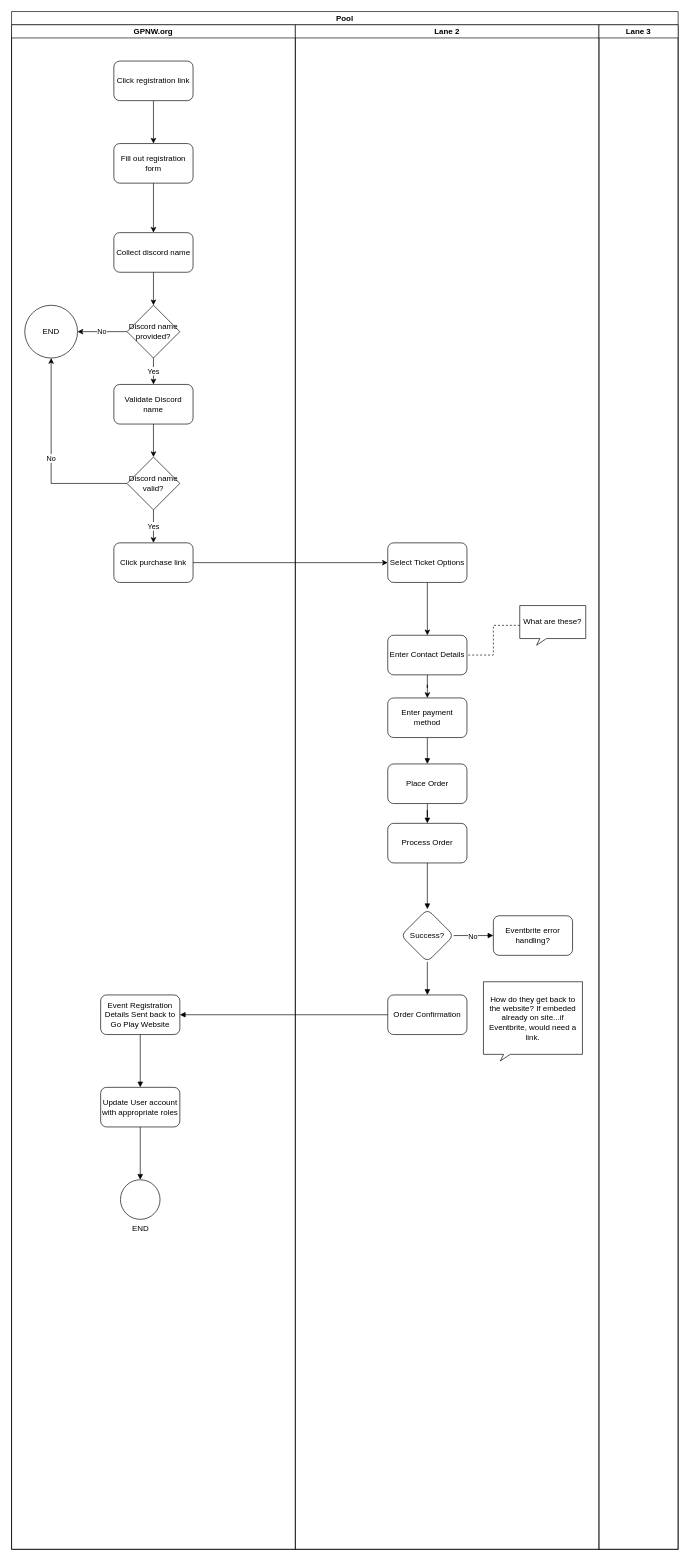
Above: page "Event Registration" (1 of 2) of User Registration Workflow.drawio in Go-Play-NW/gpnw-diagrams (draw.io), before the change. Source tidied: cells renumbered, new cells numbered last; positions are measured from the earlier drawing's top-left corner, leaving out a move shared by most shapes. Both pictures are drawn from the tidied source at 66%, with x=0, y=0 at pixel (11, 11).
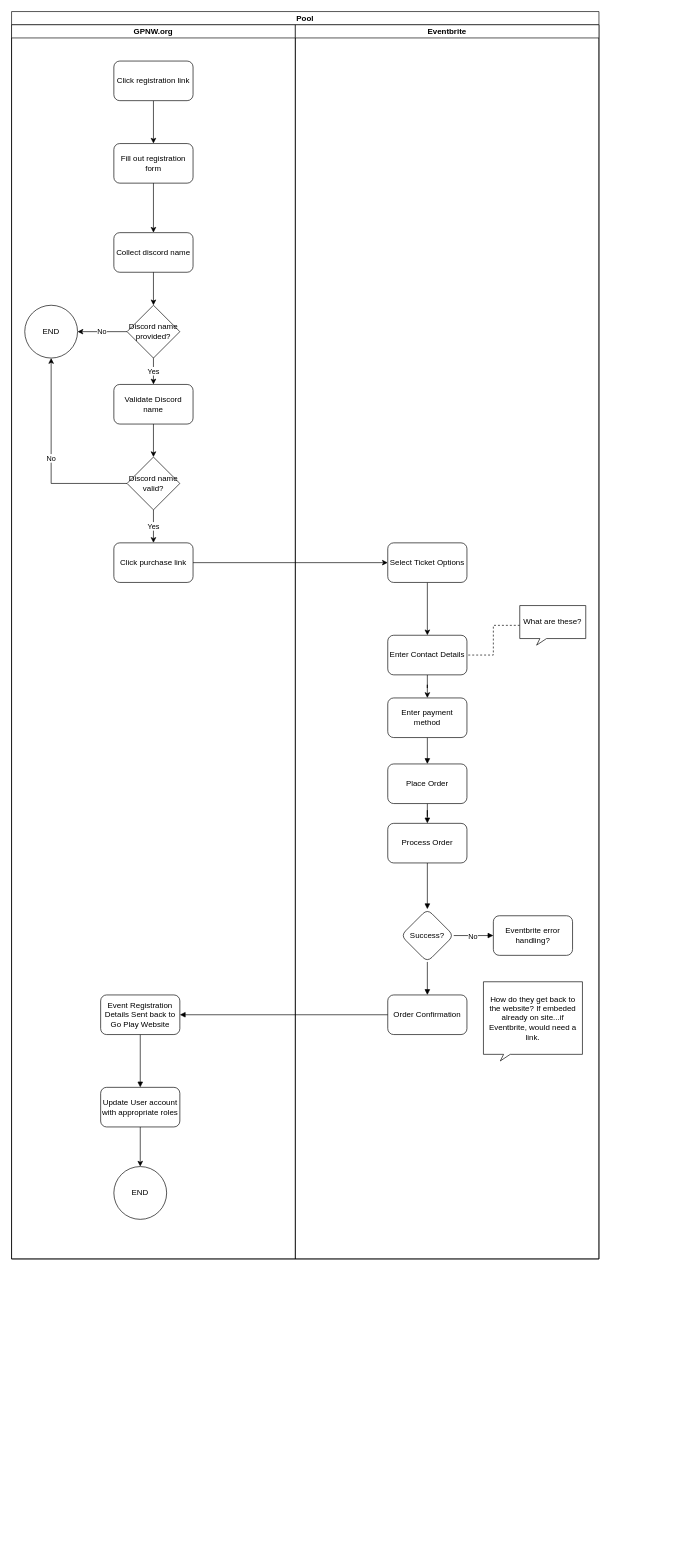
Above is the later version.

Unchanged cells that the change refers to:
```xml
<mxCell id="23" value="Update User account with appropriate roles" style="whiteSpace=wrap;html=1;rounded=1;" parent="3" vertex="1">
  <mxGeometry x="135" y="1610" width="120" height="60" as="geometry" />
</mxCell>
```

Diff of the diagram source:
```diff
@@
     <mxCell id="2" value="Pool" style="swimlane;startSize=20;" parent="1" vertex="1">
-      <mxGeometry width="1010" height="2330" as="geometry" />
+      <mxGeometry width="890" height="1890" as="geometry" />
     </mxCell>
     <mxCell id="3" value="GPNW.org" style="swimlane;startSize=20;" parent="2" vertex="1">
-      <mxGeometry y="20" width="430" height="2310" as="geometry" />
+      <mxGeometry y="20" width="430" height="1870" as="geometry" />
     </mxCell>
@@
-    <mxCell id="22" style="edgeStyle=orthogonalEdgeStyle;rounded=0;jettySize=auto;html=1;exitX=0.5;exitY=1;exitDx=0;exitDy=0;entryX=0.5;entryY=0;entryDx=0;entryDy=0;entryPerimeter=0;endArrow=block;endFill=1;" parent="3" edge="1" source="23" target="24">
+    <mxCell id="22" style="edgeStyle=orthogonalEdgeStyle;rounded=0;jettySize=auto;html=1;" parent="3" edge="1" source="23" target="24">
       <mxGeometry relative="1" as="geometry" />
     </mxCell>
@@
-    <mxCell id="24" value="END" style="verticalLabelPosition=bottom;verticalAlign=top;html=1;shape=mxgraph.flowchart.on-page_reference;" parent="3" vertex="1">
-      <mxGeometry x="165" y="1750" width="60" height="60" as="geometry" />
+    <mxCell id="24" value="END" style="ellipse;whiteSpace=wrap;html=1;" parent="3" vertex="1">
+      <mxGeometry x="155" y="1730" width="80" height="80" as="geometry" />
     </mxCell>
-    <mxCell id="25" value="Lane 2" style="swimlane;startSize=20;" parent="2" vertex="1">
-      <mxGeometry x="430" y="20" width="460" height="2310" as="geometry" />
+    <mxCell id="25" value="Eventbrite" style="swimlane;startSize=20;" parent="2" vertex="1">
+      <mxGeometry x="430" y="20" width="460" height="1870" as="geometry" />
     </mxCell>
@@
-    <mxCell id="45" value="Lane 3" style="swimlane;startSize=20;" parent="2" vertex="1">
-      <mxGeometry x="890" y="20" width="120" height="2310" as="geometry" />
-    </mxCell>
```
